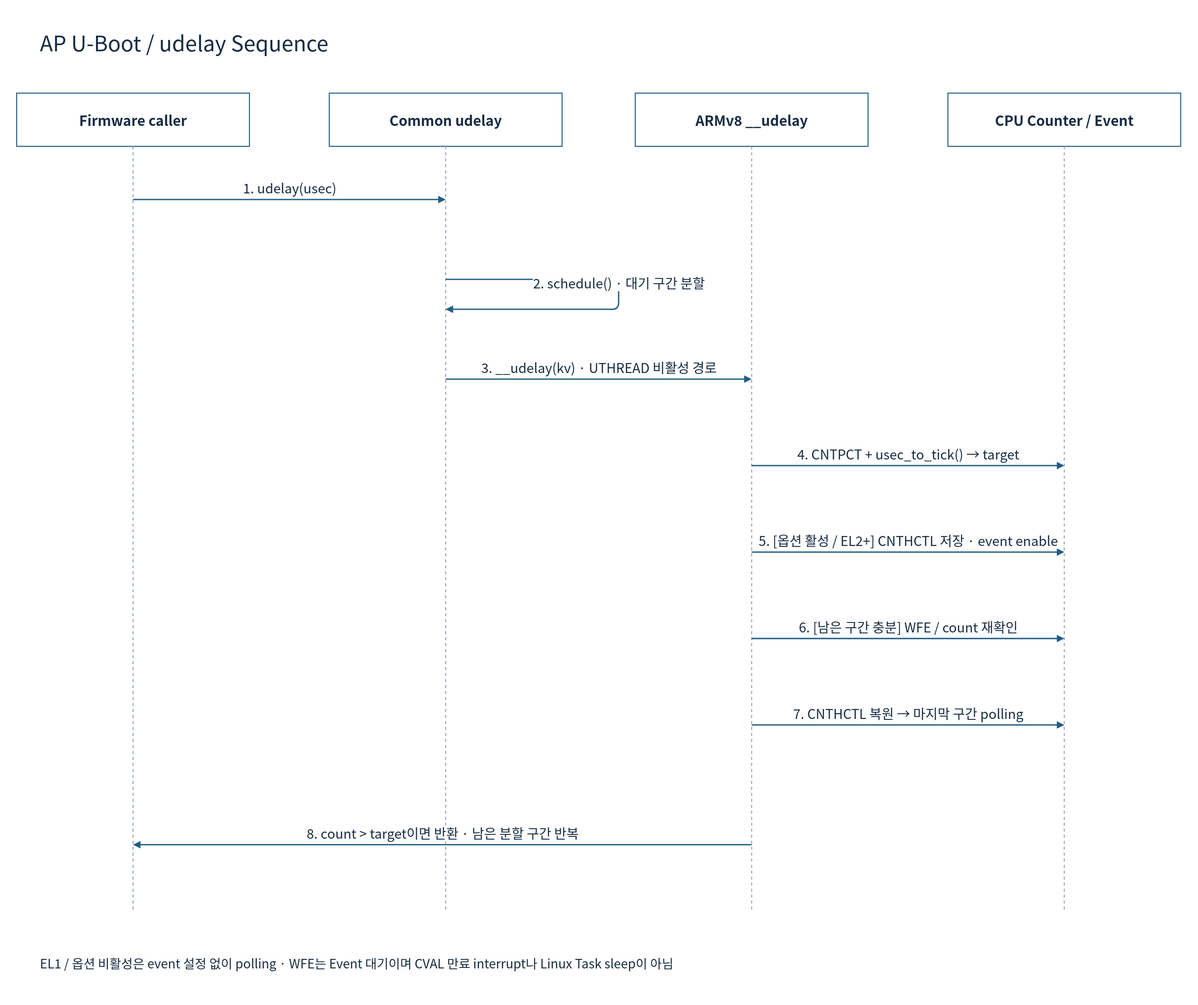
Earlier version of the draw.io export doc/phase1/timer/diagrams/08d-uboot-delay-sequence.drawio.svg (cometzero/project-apollo). Source tidied: cells renumbered, new cells last; positions are measured from the earlier drawing's top-left corner, leaving out a move shared by most shapes. The source it was exported from:
```xml
<mxGraphModel background="#FFFFFF">
  <root>
    <mxCell id="0" />
    <mxCell id="1" parent="0" />
    <mxCell id="2" style="rounded=0;whiteSpace=wrap;html=1;fillColor=#FFFFFF;strokeColor=none;strokeWidth=1.5;fontColor=#172C43;fontFamily=Noto Sans CJK KR;fontSize=22;spacing=10;" parent="1" vertex="1">
      <mxGeometry width="1800" height="1510" as="geometry" />
    </mxCell>
    <mxCell id="3" value="AP U-Boot / udelay Sequence" style="rounded=0;whiteSpace=wrap;html=1;fillColor=#FFFFFF;strokeColor=none;strokeWidth=1.5;fontColor=#172C43;fontFamily=Noto Sans CJK KR;fontSize=22;spacing=10;fontSize=32;align=left;" parent="1" vertex="1">
      <mxGeometry x="50" y="30" width="1700" height="65" as="geometry" />
    </mxCell>
    <mxCell id="4" value="Firmware caller" style="rounded=0;whiteSpace=wrap;html=1;fillColor=#FFFFFF;strokeColor=#235D86;strokeWidth=1.5;fontColor=#172C43;fontFamily=Noto Sans CJK KR;fontSize=22;spacing=10;fontStyle=1;fontSize=21;" parent="1" vertex="1">
      <mxGeometry x="25" y="140" width="350" height="80" as="geometry" />
    </mxCell>
    <mxCell id="5" style="endArrow=none;dashed=1;strokeColor=#94A3B8;strokeWidth=1.5;" parent="1" edge="1">
      <mxGeometry relative="1" as="geometry">
        <mxPoint x="200" y="220" as="sourcePoint" />
        <mxPoint x="200" y="1370" as="targetPoint" />
      </mxGeometry>
    </mxCell>
    <mxCell id="6" value="Common udelay" style="rounded=0;whiteSpace=wrap;html=1;fillColor=#FFFFFF;strokeColor=#235D86;strokeWidth=1.5;fontColor=#172C43;fontFamily=Noto Sans CJK KR;fontSize=22;spacing=10;fontStyle=1;fontSize=21;" parent="1" vertex="1">
      <mxGeometry x="495" y="140" width="350" height="80" as="geometry" />
    </mxCell>
    <mxCell id="7" style="endArrow=none;dashed=1;strokeColor=#94A3B8;strokeWidth=1.5;" parent="1" edge="1">
      <mxGeometry relative="1" as="geometry">
        <mxPoint x="670" y="220" as="sourcePoint" />
        <mxPoint x="670" y="1370" as="targetPoint" />
      </mxGeometry>
    </mxCell>
    <mxCell id="8" value="ARMv8 __udelay" style="rounded=0;whiteSpace=wrap;html=1;fillColor=#FFFFFF;strokeColor=#235D86;strokeWidth=1.5;fontColor=#172C43;fontFamily=Noto Sans CJK KR;fontSize=22;spacing=10;fontStyle=1;fontSize=21;" parent="1" vertex="1">
      <mxGeometry x="955" y="140" width="350" height="80" as="geometry" />
    </mxCell>
    <mxCell id="9" style="endArrow=none;dashed=1;strokeColor=#94A3B8;strokeWidth=1.5;" parent="1" edge="1">
      <mxGeometry relative="1" as="geometry">
        <mxPoint x="1130" y="220" as="sourcePoint" />
        <mxPoint x="1130" y="1370" as="targetPoint" />
      </mxGeometry>
    </mxCell>
    <mxCell id="10" value="CPU Counter / Event" style="rounded=0;whiteSpace=wrap;html=1;fillColor=#FFFFFF;strokeColor=#235D86;strokeWidth=1.5;fontColor=#172C43;fontFamily=Noto Sans CJK KR;fontSize=22;spacing=10;fontStyle=1;fontSize=21;" parent="1" vertex="1">
      <mxGeometry x="1425" y="140" width="350" height="80" as="geometry" />
    </mxCell>
    <mxCell id="11" style="endArrow=none;dashed=1;strokeColor=#94A3B8;strokeWidth=1.5;" parent="1" edge="1">
      <mxGeometry relative="1" as="geometry">
        <mxPoint x="1600" y="220" as="sourcePoint" />
        <mxPoint x="1600" y="1370" as="targetPoint" />
      </mxGeometry>
    </mxCell>
    <mxCell id="12" value="1. udelay(usec)" style="edgeStyle=none;html=1;endArrow=block;endFill=1;strokeColor=#235D86;strokeWidth=2;fontColor=#172C43;fontFamily=Noto Sans CJK KR;fontSize=20;labelBackgroundColor=#FFFFFF;" parent="1" edge="1">
      <mxGeometry relative="1" as="geometry">
        <mxPoint x="200" y="300" as="sourcePoint" />
        <mxPoint x="670" y="300" as="targetPoint" />
        <mxPoint y="-18" as="offset" />
      </mxGeometry>
    </mxCell>
    <mxCell id="13" value="2. schedule() · 대기 구간 분할" style="edgeStyle=none;html=1;endArrow=block;endFill=1;strokeColor=#235D86;strokeWidth=2;fontColor=#172C43;fontFamily=Noto Sans CJK KR;fontSize=20;labelBackgroundColor=#FFFFFF;" parent="1" edge="1">
      <mxGeometry relative="1" as="geometry">
        <mxPoint x="670" y="420" as="sourcePoint" />
        <mxPoint x="670" y="465" as="targetPoint" />
        <Array as="points">
          <mxPoint x="930" y="420" />
          <mxPoint x="930" y="465" />
        </Array>
        <mxPoint y="-18" as="offset" />
      </mxGeometry>
    </mxCell>
    <mxCell id="14" value="3. __udelay(kv) · UTHREAD 비활성 경로" style="edgeStyle=none;html=1;endArrow=block;endFill=1;strokeColor=#235D86;strokeWidth=2;fontColor=#172C43;fontFamily=Noto Sans CJK KR;fontSize=20;labelBackgroundColor=#FFFFFF;" parent="1" edge="1">
      <mxGeometry relative="1" as="geometry">
        <mxPoint x="670" y="570" as="sourcePoint" />
        <mxPoint x="1130" y="570" as="targetPoint" />
        <mxPoint y="-18" as="offset" />
      </mxGeometry>
    </mxCell>
    <mxCell id="15" value="4. CNTPCT + usec_to_tick() → target" style="edgeStyle=none;html=1;endArrow=block;endFill=1;strokeColor=#235D86;strokeWidth=2;fontColor=#172C43;fontFamily=Noto Sans CJK KR;fontSize=20;labelBackgroundColor=#FFFFFF;" parent="1" edge="1">
      <mxGeometry relative="1" as="geometry">
        <mxPoint x="1130" y="700" as="sourcePoint" />
        <mxPoint x="1600" y="700" as="targetPoint" />
        <mxPoint y="-18" as="offset" />
      </mxGeometry>
    </mxCell>
    <mxCell id="16" value="5. [옵션 활성 / EL2+] CNTHCTL 저장 · event enable" style="edgeStyle=none;html=1;endArrow=block;endFill=1;strokeColor=#235D86;strokeWidth=2;fontColor=#172C43;fontFamily=Noto Sans CJK KR;fontSize=20;labelBackgroundColor=#FFFFFF;" parent="1" edge="1">
      <mxGeometry relative="1" as="geometry">
        <mxPoint x="1130" y="830" as="sourcePoint" />
        <mxPoint x="1600" y="830" as="targetPoint" />
        <mxPoint y="-18" as="offset" />
      </mxGeometry>
    </mxCell>
    <mxCell id="17" value="6. [남은 구간 충분] WFE / count 재확인" style="edgeStyle=none;html=1;endArrow=block;endFill=1;strokeColor=#235D86;strokeWidth=2;fontColor=#172C43;fontFamily=Noto Sans CJK KR;fontSize=20;labelBackgroundColor=#FFFFFF;" parent="1" edge="1">
      <mxGeometry relative="1" as="geometry">
        <mxPoint x="1130" y="960" as="sourcePoint" />
        <mxPoint x="1600" y="960" as="targetPoint" />
        <mxPoint y="-18" as="offset" />
      </mxGeometry>
    </mxCell>
    <mxCell id="18" value="7. CNTHCTL 복원 → 마지막 구간 polling" style="edgeStyle=none;html=1;endArrow=block;endFill=1;strokeColor=#235D86;strokeWidth=2;fontColor=#172C43;fontFamily=Noto Sans CJK KR;fontSize=20;labelBackgroundColor=#FFFFFF;" parent="1" edge="1">
      <mxGeometry relative="1" as="geometry">
        <mxPoint x="1130" y="1090" as="sourcePoint" />
        <mxPoint x="1600" y="1090" as="targetPoint" />
        <mxPoint y="-18" as="offset" />
      </mxGeometry>
    </mxCell>
    <mxCell id="19" value="8. count &gt; target이면 반환 · 남은 분할 구간 반복" style="edgeStyle=none;html=1;endArrow=block;endFill=1;strokeColor=#235D86;strokeWidth=2;fontColor=#172C43;fontFamily=Noto Sans CJK KR;fontSize=20;labelBackgroundColor=#FFFFFF;" parent="1" edge="1">
      <mxGeometry relative="1" as="geometry">
        <mxPoint x="1130" y="1270" as="sourcePoint" />
        <mxPoint x="200" y="1270" as="targetPoint" />
        <mxPoint y="-18" as="offset" />
      </mxGeometry>
    </mxCell>
    <mxCell id="20" value="EL1 / 옵션 비활성은 event 설정 없이 polling · WFE는 Event 대기이며 CVAL 만료 interrupt나 Linux Task sleep이 아님" style="rounded=0;whiteSpace=wrap;html=1;fillColor=#FFFFFF;strokeColor=none;strokeWidth=1.5;fontColor=#172C43;fontFamily=Noto Sans CJK KR;fontSize=22;spacing=10;fontSize=19;align=left;" parent="1" vertex="1">
      <mxGeometry x="50" y="1420" width="1700" height="55" as="geometry" />
    </mxCell>
  </root>
</mxGraphModel>
```
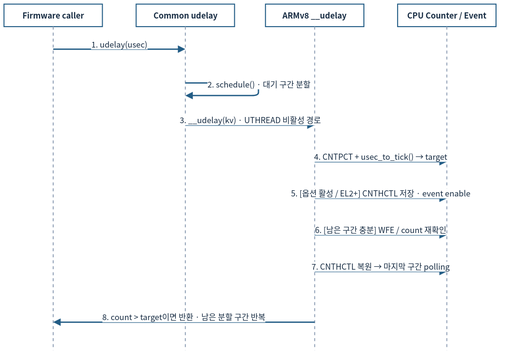
Later version of the same file.

What changed in the source:
```diff
@@ -2,110 +2,101 @@
   <root>
     <mxCell id="0" />
     <mxCell id="1" parent="0" />
-    <mxCell id="2" style="rounded=0;whiteSpace=wrap;html=1;fillColor=#FFFFFF;strokeColor=none;strokeWidth=1.5;fontColor=#172C43;fontFamily=Noto Sans CJK KR;fontSize=22;spacing=10;" parent="1" vertex="1">
-      <mxGeometry width="1800" height="1510" as="geometry" />
-    </mxCell>
-    <mxCell id="3" value="AP U-Boot / udelay Sequence" style="rounded=0;whiteSpace=wrap;html=1;fillColor=#FFFFFF;strokeColor=none;strokeWidth=1.5;fontColor=#172C43;fontFamily=Noto Sans CJK KR;fontSize=22;spacing=10;fontSize=32;align=left;" parent="1" vertex="1">
-      <mxGeometry x="50" y="30" width="1700" height="65" as="geometry" />
-    </mxCell>
-    <mxCell id="4" value="Firmware caller" style="rounded=0;whiteSpace=wrap;html=1;fillColor=#FFFFFF;strokeColor=#235D86;strokeWidth=1.5;fontColor=#172C43;fontFamily=Noto Sans CJK KR;fontSize=22;spacing=10;fontStyle=1;fontSize=21;" parent="1" vertex="1">
-      <mxGeometry x="25" y="140" width="350" height="80" as="geometry" />
+    <mxCell id="4" value="Firmware caller" style="rounded=0;whiteSpace=wrap;html=1;fillColor=#FFFFFF;strokeColor=#235D86;strokeWidth=1.5;fontColor=#172C43;fontFamily=Noto Sans CJK KR;fontStyle=1;fontSize=12;spacing=3;whiteSpace=wrap;" parent="1" vertex="1">
+      <mxGeometry x="12" y="12" width="148" height="33.8" as="geometry" />
     </mxCell>
-    <mxCell id="5" style="endArrow=none;dashed=1;strokeColor=#94A3B8;strokeWidth=1.5;" parent="1" edge="1">
+    <mxCell id="5" style="endArrow=none;dashed=1;strokeColor=#94A3B8;strokeWidth=1.5;fontSize=12;spacing=3;whiteSpace=nowrap;" parent="1" edge="1">
       <mxGeometry relative="1" as="geometry">
-        <mxPoint x="200" y="220" as="sourcePoint" />
-        <mxPoint x="200" y="1370" as="targetPoint" />
+        <mxPoint x="86" y="45.8" as="sourcePoint" />
+        <mxPoint x="86" y="532.1" as="targetPoint" />
       </mxGeometry>
     </mxCell>
-    <mxCell id="6" value="Common udelay" style="rounded=0;whiteSpace=wrap;html=1;fillColor=#FFFFFF;strokeColor=#235D86;strokeWidth=1.5;fontColor=#172C43;fontFamily=Noto Sans CJK KR;fontSize=22;spacing=10;fontStyle=1;fontSize=21;" parent="1" vertex="1">
-      <mxGeometry x="495" y="140" width="350" height="80" as="geometry" />
+    <mxCell id="6" value="Common udelay" style="rounded=0;whiteSpace=wrap;html=1;fillColor=#FFFFFF;strokeColor=#235D86;strokeWidth=1.5;fontColor=#172C43;fontFamily=Noto Sans CJK KR;fontStyle=1;fontSize=12;spacing=3;whiteSpace=wrap;" parent="1" vertex="1">
+      <mxGeometry x="210.7" y="12" width="148" height="33.8" as="geometry" />
     </mxCell>
-    <mxCell id="7" style="endArrow=none;dashed=1;strokeColor=#94A3B8;strokeWidth=1.5;" parent="1" edge="1">
+    <mxCell id="7" style="endArrow=none;dashed=1;strokeColor=#94A3B8;strokeWidth=1.5;fontSize=12;spacing=3;whiteSpace=nowrap;" parent="1" edge="1">
       <mxGeometry relative="1" as="geometry">
-        <mxPoint x="670" y="220" as="sourcePoint" />
-        <mxPoint x="670" y="1370" as="targetPoint" />
+        <mxPoint x="284.7" y="45.8" as="sourcePoint" />
+        <mxPoint x="284.7" y="532.1" as="targetPoint" />
       </mxGeometry>
     </mxCell>
-    <mxCell id="8" value="ARMv8 __udelay" style="rounded=0;whiteSpace=wrap;html=1;fillColor=#FFFFFF;strokeColor=#235D86;strokeWidth=1.5;fontColor=#172C43;fontFamily=Noto Sans CJK KR;fontSize=22;spacing=10;fontStyle=1;fontSize=21;" parent="1" vertex="1">
-      <mxGeometry x="955" y="140" width="350" height="80" as="geometry" />
+    <mxCell id="8" value="ARMv8 __udelay" style="rounded=0;whiteSpace=wrap;html=1;fillColor=#FFFFFF;strokeColor=#235D86;strokeWidth=1.5;fontColor=#172C43;fontFamily=Noto Sans CJK KR;fontStyle=1;fontSize=12;spacing=3;whiteSpace=wrap;" parent="1" vertex="1">
+      <mxGeometry x="405.3" y="12" width="148" height="33.8" as="geometry" />
     </mxCell>
-    <mxCell id="9" style="endArrow=none;dashed=1;strokeColor=#94A3B8;strokeWidth=1.5;" parent="1" edge="1">
+    <mxCell id="9" style="endArrow=none;dashed=1;strokeColor=#94A3B8;strokeWidth=1.5;fontSize=12;spacing=3;whiteSpace=nowrap;" parent="1" edge="1">
       <mxGeometry relative="1" as="geometry">
-        <mxPoint x="1130" y="220" as="sourcePoint" />
-        <mxPoint x="1130" y="1370" as="targetPoint" />
+        <mxPoint x="479.3" y="45.8" as="sourcePoint" />
+        <mxPoint x="479.3" y="532.1" as="targetPoint" />
       </mxGeometry>
     </mxCell>
-    <mxCell id="10" value="CPU Counter / Event" style="rounded=0;whiteSpace=wrap;html=1;fillColor=#FFFFFF;strokeColor=#235D86;strokeWidth=1.5;fontColor=#172C43;fontFamily=Noto Sans CJK KR;fontSize=22;spacing=10;fontStyle=1;fontSize=21;" parent="1" vertex="1">
-      <mxGeometry x="1425" y="140" width="350" height="80" as="geometry" />
+    <mxCell id="10" value="CPU Counter / Event" style="rounded=0;whiteSpace=wrap;html=1;fillColor=#FFFFFF;strokeColor=#235D86;strokeWidth=1.5;fontColor=#172C43;fontFamily=Noto Sans CJK KR;fontStyle=1;fontSize=12;spacing=3;whiteSpace=wrap;" parent="1" vertex="1">
+      <mxGeometry x="604" y="12" width="148" height="33.8" as="geometry" />
     </mxCell>
-    <mxCell id="11" style="endArrow=none;dashed=1;strokeColor=#94A3B8;strokeWidth=1.5;" parent="1" edge="1">
+    <mxCell id="11" style="endArrow=none;dashed=1;strokeColor=#94A3B8;strokeWidth=1.5;fontSize=12;spacing=3;whiteSpace=nowrap;" parent="1" edge="1">
       <mxGeometry relative="1" as="geometry">
-        <mxPoint x="1600" y="220" as="sourcePoint" />
-        <mxPoint x="1600" y="1370" as="targetPoint" />
+        <mxPoint x="678" y="45.8" as="sourcePoint" />
+        <mxPoint x="678" y="532.1" as="targetPoint" />
       </mxGeometry>
     </mxCell>
-    <mxCell id="12" value="1. udelay(usec)" style="edgeStyle=none;html=1;endArrow=block;endFill=1;strokeColor=#235D86;strokeWidth=2;fontColor=#172C43;fontFamily=Noto Sans CJK KR;fontSize=20;labelBackgroundColor=#FFFFFF;" parent="1" edge="1">
+    <mxCell id="12" value="1. udelay(usec)" style="edgeStyle=none;html=1;endArrow=block;endFill=1;strokeColor=#235D86;strokeWidth=2;fontColor=#172C43;fontFamily=Noto Sans CJK KR;labelBackgroundColor=#FFFFFF;fontSize=12;spacing=3;whiteSpace=nowrap;" parent="1" edge="1">
       <mxGeometry relative="1" as="geometry">
-        <mxPoint x="200" y="300" as="sourcePoint" />
-        <mxPoint x="670" y="300" as="targetPoint" />
-        <mxPoint y="-18" as="offset" />
+        <mxPoint x="86" y="79.7" as="sourcePoint" />
+        <mxPoint x="284.7" y="79.7" as="targetPoint" />
+        <mxPoint y="-7.6" as="offset" />
       </mxGeometry>
     </mxCell>
-    <mxCell id="13" value="2. schedule() · 대기 구간 분할" style="edgeStyle=none;html=1;endArrow=block;endFill=1;strokeColor=#235D86;strokeWidth=2;fontColor=#172C43;fontFamily=Noto Sans CJK KR;fontSize=20;labelBackgroundColor=#FFFFFF;" parent="1" edge="1">
+    <mxCell id="13" value="2. schedule() · 대기 구간 분할" style="edgeStyle=none;html=1;endArrow=block;endFill=1;strokeColor=#235D86;strokeWidth=2;fontColor=#172C43;fontFamily=Noto Sans CJK KR;labelBackgroundColor=#FFFFFF;fontSize=12;spacing=3;whiteSpace=nowrap;" parent="1" edge="1">
       <mxGeometry relative="1" as="geometry">
-        <mxPoint x="670" y="420" as="sourcePoint" />
-        <mxPoint x="670" y="465" as="targetPoint" />
+        <mxPoint x="284.7" y="130.4" as="sourcePoint" />
+        <mxPoint x="284.7" y="149.4" as="targetPoint" />
         <Array as="points">
-          <mxPoint x="930" y="420" />
-          <mxPoint x="930" y="465" />
+          <mxPoint x="394.7" y="130.4" />
+          <mxPoint x="394.7" y="149.4" />
         </Array>
-        <mxPoint y="-18" as="offset" />
+        <mxPoint y="-7.6" as="offset" />
       </mxGeometry>
     </mxCell>
-    <mxCell id="14" value="3. __udelay(kv) · UTHREAD 비활성 경로" style="edgeStyle=none;html=1;endArrow=block;endFill=1;strokeColor=#235D86;strokeWidth=2;fontColor=#172C43;fontFamily=Noto Sans CJK KR;fontSize=20;labelBackgroundColor=#FFFFFF;" parent="1" edge="1">
+    <mxCell id="14" value="3. __udelay(kv) · UTHREAD 비활성 경로" style="edgeStyle=none;html=1;endArrow=block;endFill=1;strokeColor=#235D86;strokeWidth=2;fontColor=#172C43;fontFamily=Noto Sans CJK KR;labelBackgroundColor=#FFFFFF;fontSize=12;spacing=3;whiteSpace=nowrap;" parent="1" edge="1">
       <mxGeometry relative="1" as="geometry">
-        <mxPoint x="670" y="570" as="sourcePoint" />
-        <mxPoint x="1130" y="570" as="targetPoint" />
-        <mxPoint y="-18" as="offset" />
+        <mxPoint x="284.7" y="193.8" as="sourcePoint" />
+        <mxPoint x="479.3" y="193.8" as="targetPoint" />
+        <mxPoint y="-7.6" as="offset" />
       </mxGeometry>
     </mxCell>
-    <mxCell id="15" value="4. CNTPCT + usec_to_tick() → target" style="edgeStyle=none;html=1;endArrow=block;endFill=1;strokeColor=#235D86;strokeWidth=2;fontColor=#172C43;fontFamily=Noto Sans CJK KR;fontSize=20;labelBackgroundColor=#FFFFFF;" parent="1" edge="1">
+    <mxCell id="15" value="4. CNTPCT + usec_to_tick() → target" style="edgeStyle=none;html=1;endArrow=block;endFill=1;strokeColor=#235D86;strokeWidth=2;fontColor=#172C43;fontFamily=Noto Sans CJK KR;labelBackgroundColor=#FFFFFF;fontSize=12;spacing=3;whiteSpace=nowrap;" parent="1" edge="1">
       <mxGeometry relative="1" as="geometry">
-        <mxPoint x="1130" y="700" as="sourcePoint" />
-        <mxPoint x="1600" y="700" as="targetPoint" />
-        <mxPoint y="-18" as="offset" />
+        <mxPoint x="479.3" y="248.8" as="sourcePoint" />
+        <mxPoint x="678" y="248.8" as="targetPoint" />
+        <mxPoint y="-7.6" as="offset" />
       </mxGeometry>
     </mxCell>
-    <mxCell id="16" value="5. [옵션 활성 / EL2+] CNTHCTL 저장 · event enable" style="edgeStyle=none;html=1;endArrow=block;endFill=1;strokeColor=#235D86;strokeWidth=2;fontColor=#172C43;fontFamily=Noto Sans CJK KR;fontSize=20;labelBackgroundColor=#FFFFFF;" parent="1" edge="1">
+    <mxCell id="16" value="5. [옵션 활성 / EL2+] CNTHCTL 저장 · event enable" style="edgeStyle=none;html=1;endArrow=block;endFill=1;strokeColor=#235D86;strokeWidth=2;fontColor=#172C43;fontFamily=Noto Sans CJK KR;labelBackgroundColor=#FFFFFF;fontSize=12;spacing=3;whiteSpace=nowrap;" parent="1" edge="1">
       <mxGeometry relative="1" as="geometry">
-        <mxPoint x="1130" y="830" as="sourcePoint" />
-        <mxPoint x="1600" y="830" as="targetPoint" />
-        <mxPoint y="-18" as="offset" />
+        <mxPoint x="479.3" y="303.8" as="sourcePoint" />
+        <mxPoint x="678" y="303.8" as="targetPoint" />
+        <mxPoint y="-7.6" as="offset" />
       </mxGeometry>
     </mxCell>
-    <mxCell id="17" value="6. [남은 구간 충분] WFE / count 재확인" style="edgeStyle=none;html=1;endArrow=block;endFill=1;strokeColor=#235D86;strokeWidth=2;fontColor=#172C43;fontFamily=Noto Sans CJK KR;fontSize=20;labelBackgroundColor=#FFFFFF;" parent="1" edge="1">
+    <mxCell id="17" value="6. [남은 구간 충분] WFE / count 재확인" style="edgeStyle=none;html=1;endArrow=block;endFill=1;strokeColor=#235D86;strokeWidth=2;fontColor=#172C43;fontFamily=Noto Sans CJK KR;labelBackgroundColor=#FFFFFF;fontSize=12;spacing=3;whiteSpace=nowrap;" parent="1" edge="1">
       <mxGeometry relative="1" as="geometry">
-        <mxPoint x="1130" y="960" as="sourcePoint" />
-        <mxPoint x="1600" y="960" as="targetPoint" />
-        <mxPoint y="-18" as="offset" />
+        <mxPoint x="479.3" y="358.7" as="sourcePoint" />
+        <mxPoint x="678" y="358.7" as="targetPoint" />
+        <mxPoint y="-7.6" as="offset" />
       </mxGeometry>
     </mxCell>
-    <mxCell id="18" value="7. CNTHCTL 복원 → 마지막 구간 polling" style="edgeStyle=none;html=1;endArrow=block;endFill=1;strokeColor=#235D86;strokeWidth=2;fontColor=#172C43;fontFamily=Noto Sans CJK KR;fontSize=20;labelBackgroundColor=#FFFFFF;" parent="1" edge="1">
+    <mxCell id="18" value="7. CNTHCTL 복원 → 마지막 구간 polling" style="edgeStyle=none;html=1;endArrow=block;endFill=1;strokeColor=#235D86;strokeWidth=2;fontColor=#172C43;fontFamily=Noto Sans CJK KR;labelBackgroundColor=#FFFFFF;fontSize=12;spacing=3;whiteSpace=nowrap;" parent="1" edge="1">
       <mxGeometry relative="1" as="geometry">
-        <mxPoint x="1130" y="1090" as="sourcePoint" />
-        <mxPoint x="1600" y="1090" as="targetPoint" />
-        <mxPoint y="-18" as="offset" />
+        <mxPoint x="479.3" y="413.7" as="sourcePoint" />
+        <mxPoint x="678" y="413.7" as="targetPoint" />
+        <mxPoint y="-7.6" as="offset" />
       </mxGeometry>
     </mxCell>
-    <mxCell id="19" value="8. count &gt; target이면 반환 · 남은 분할 구간 반복" style="edgeStyle=none;html=1;endArrow=block;endFill=1;strokeColor=#235D86;strokeWidth=2;fontColor=#172C43;fontFamily=Noto Sans CJK KR;fontSize=20;labelBackgroundColor=#FFFFFF;" parent="1" edge="1">
+    <mxCell id="19" value="8. count &amp;gt; target이면 반환 · 남은 분할 구간 반복" style="edgeStyle=none;html=1;endArrow=block;endFill=1;strokeColor=#235D86;strokeWidth=2;fontColor=#172C43;fontFamily=Noto Sans CJK KR;labelBackgroundColor=#FFFFFF;fontSize=12;spacing=3;whiteSpace=nowrap;" parent="1" edge="1">
       <mxGeometry relative="1" as="geometry">
-        <mxPoint x="1130" y="1270" as="sourcePoint" />
-        <mxPoint x="200" y="1270" as="targetPoint" />
-        <mxPoint y="-18" as="offset" />
+        <mxPoint x="479.3" y="489.8" as="sourcePoint" />
+        <mxPoint x="86" y="489.8" as="targetPoint" />
+        <mxPoint y="-7.6" as="offset" />
       </mxGeometry>
     </mxCell>
-    <mxCell id="20" value="EL1 / 옵션 비활성은 event 설정 없이 polling · WFE는 Event 대기이며 CVAL 만료 interrupt나 Linux Task sleep이 아님" style="rounded=0;whiteSpace=wrap;html=1;fillColor=#FFFFFF;strokeColor=none;strokeWidth=1.5;fontColor=#172C43;fontFamily=Noto Sans CJK KR;fontSize=22;spacing=10;fontSize=19;align=left;" parent="1" vertex="1">
-      <mxGeometry x="50" y="1420" width="1700" height="55" as="geometry" />
-    </mxCell>
   </root>
 </mxGraphModel>
```
